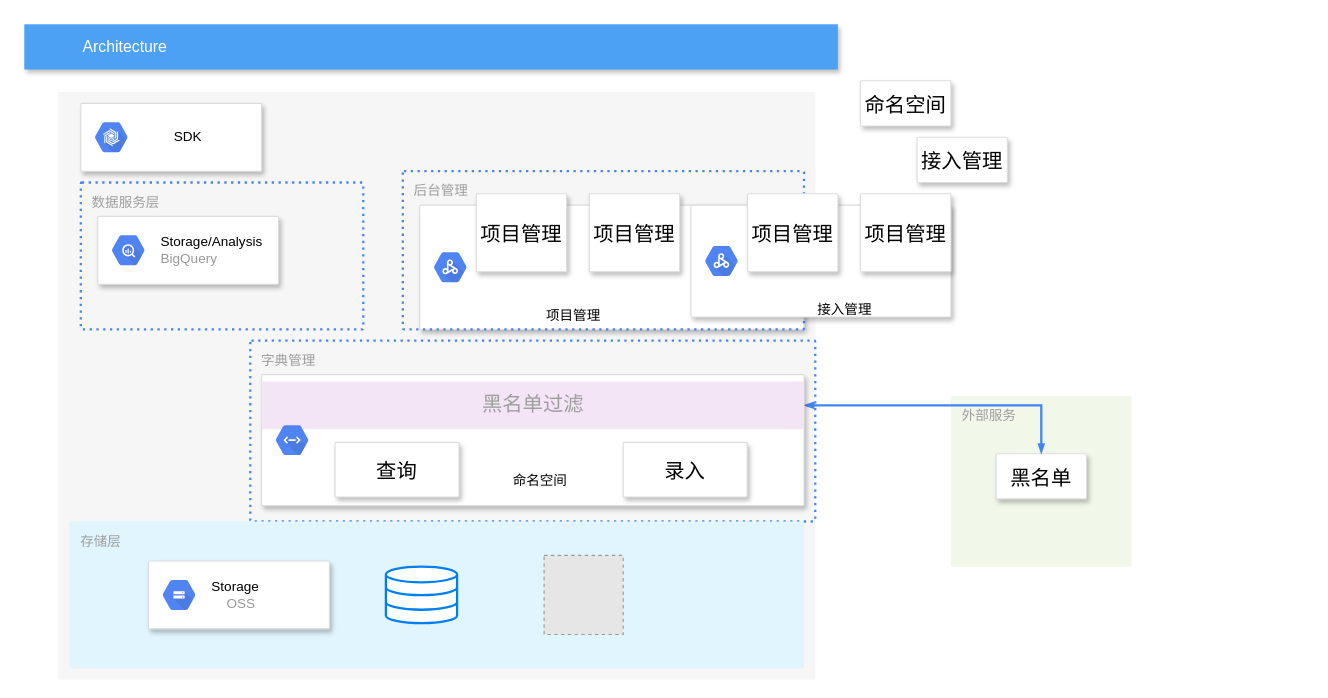
Above: craft/tr_arch_1.drawio in feihu618/drawio (draw.io), before the change. Source tidied: cells renumbered, new cells numbered last; positions are measured from the earlier drawing's top-left corner, leaving out a move shared by most shapes. Both pictures are drawn from the tidied source at 113%, with x=0, y=0 at pixel (24, 24). Pictures stored in the file or linked from it are replaced by grey dashed boxes.
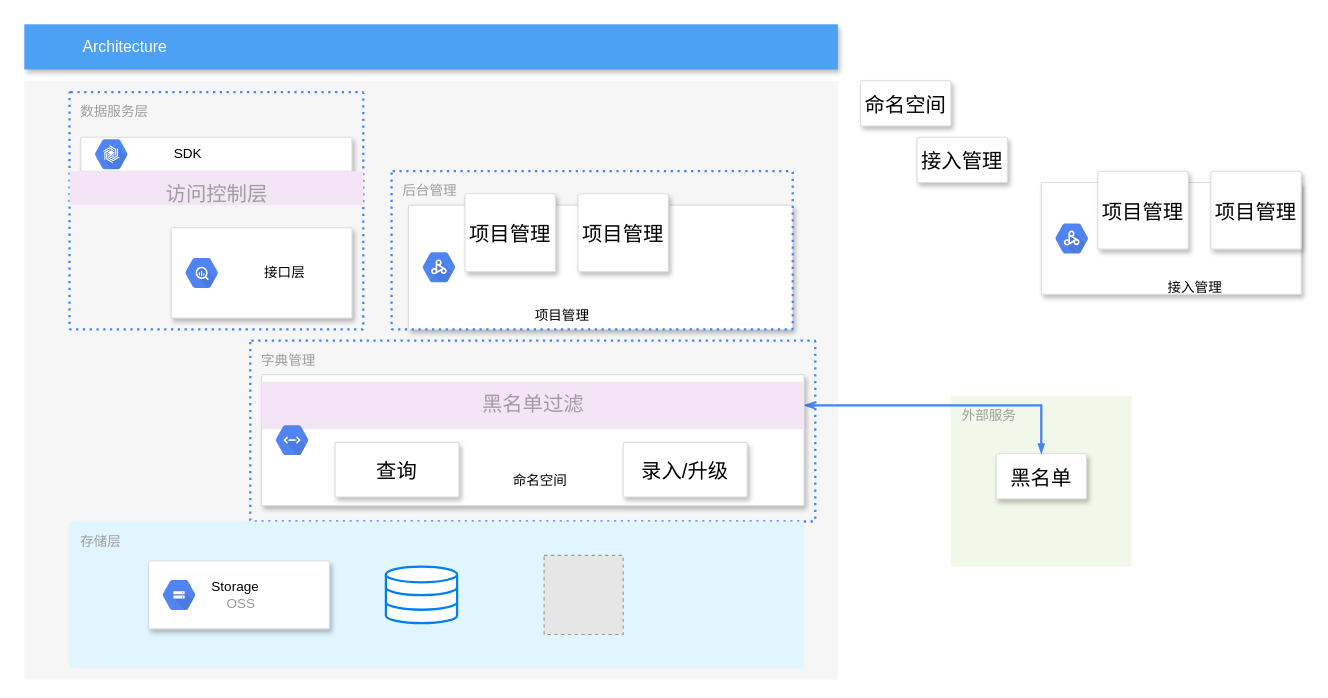
The same page after the edit.

Unchanged cells that the change refers to:
```xml
<mxCell id="25" style="strokeColor=#dddddd;shadow=1;strokeWidth=1;rounded=1;absoluteArcSize=1;arcSize=2;fontSize=18;align=center;" parent="1" vertex="1">
  <mxGeometry x="210" y="310" width="480" height="116" as="geometry" />
</mxCell>
```

The edit, as a diff of the source:
```diff
@@
     <mxCell id="2" style="fillColor=#F6F6F6;strokeColor=none;shadow=0;gradientColor=none;fontSize=14;align=left;spacing=10;fontColor=#717171;9E9E9E;verticalAlign=top;spacingTop=-4;fontStyle=0;spacingLeft=40;html=1;" parent="1" vertex="1">
-      <mxGeometry x="30" y="60" width="670" height="520" as="geometry" />
+      <mxGeometry y="50" width="720" height="530" as="geometry" />
     </mxCell>
@@
     <mxCell id="4" value="数据服务层" style="rounded=1;absoluteArcSize=1;arcSize=2;html=1;strokeColor=#4284F3;gradientColor=none;shadow=0;dashed=1;fontSize=12;fontColor=#9E9E9E;align=left;verticalAlign=top;spacing=10;spacingTop=-4;fillColor=none;dashPattern=1 2;strokeWidth=2;" parent="1" vertex="1">
-      <mxGeometry x="50" y="140" width="250" height="130" as="geometry" />
+      <mxGeometry x="40" y="60" width="260" height="210" as="geometry" />
     </mxCell>
@@
     <mxCell id="6" style="strokeColor=#dddddd;fillColor=#ffffff;shadow=1;strokeWidth=1;rounded=1;absoluteArcSize=1;arcSize=2;fontSize=10;fontColor=#9E9E9E;align=center;html=1;" parent="1" vertex="1">
-      <mxGeometry x="350" y="160" width="340" height="110" as="geometry" />
+      <mxGeometry x="340" y="160" width="340" height="110" as="geometry" />
     </mxCell>
@@
     <mxCell id="11" style="strokeColor=#dddddd;fillColor=#ffffff;shadow=1;strokeWidth=1;rounded=1;absoluteArcSize=1;arcSize=2;fontSize=10;fontColor=#9E9E9E;align=center;html=1;" parent="1" vertex="1">
-      <mxGeometry x="65" y="170" width="160" height="60" as="geometry" />
+      <mxGeometry x="130" y="180" width="160" height="80" as="geometry" />
     </mxCell>
-    <mxCell id="12" value="&lt;font color=&quot;#000000&quot;&gt;Storage/Analysis&lt;/font&gt;&lt;br&gt;BigQuery" style="dashed=0;html=1;fillColor=#5184F3;strokeColor=none;shape=mxgraph.gcp2.hexIcon;prIcon=bigquery;labelPosition=right;verticalLabelPosition=middle;align=left;verticalAlign=middle;spacingLeft=5;fontColor=#999999;fontSize=12;" parent="11" vertex="1">
+    <mxCell id="12" value="&lt;font color=&quot;#000000&quot;&gt;&amp;nbsp; &amp;nbsp; &amp;nbsp; &amp;nbsp; 接口层&lt;/font&gt;" style="dashed=0;html=1;fillColor=#5184F3;strokeColor=none;shape=mxgraph.gcp2.hexIcon;prIcon=bigquery;labelPosition=right;verticalLabelPosition=middle;align=left;verticalAlign=middle;spacingLeft=5;fontColor=#999999;fontSize=12;" parent="11" vertex="1">
       <mxGeometry y="0.5" width="44" height="39" relative="1" as="geometry">
         <mxPoint x="5" y="-19.5" as="offset" />
       </mxGeometry>
     </mxCell>
     <mxCell id="13" style="strokeColor=#dddddd;fillColor=#ffffff;shadow=1;strokeWidth=1;rounded=1;absoluteArcSize=1;arcSize=2;fontSize=10;fontColor=#9E9E9E;align=center;html=1;" parent="1" vertex="1">
-      <mxGeometry x="50" y="70" width="160" height="60" as="geometry" />
+      <mxGeometry x="50" y="100" width="240" height="30" as="geometry" />
     </mxCell>
@@
-    <mxCell id="28" value="录入" style="strokeColor=#dddddd;shadow=1;strokeWidth=1;rounded=1;absoluteArcSize=1;arcSize=2;fontSize=18;align=center;" parent="25" vertex="1">
+    <mxCell id="28" value="录入/升级" style="strokeColor=#dddddd;shadow=1;strokeWidth=1;rounded=1;absoluteArcSize=1;arcSize=2;fontSize=18;align=center;" parent="25" vertex="1">
       <mxGeometry x="320" y="60" width="109.7" height="48.3" as="geometry" />
     </mxCell>
@@
     <mxCell id="30" style="strokeColor=#dddddd;fillColor=#ffffff;shadow=1;strokeWidth=1;rounded=1;absoluteArcSize=1;arcSize=2;fontSize=10;fontColor=#9E9E9E;align=center;html=1;" parent="1" vertex="1">
-      <mxGeometry x="590" y="160" width="230" height="99" as="geometry" />
+      <mxGeometry x="900" y="140" width="230" height="99" as="geometry" />
     </mxCell>
@@
+    <mxCell id="34" value="&lt;span style=&quot;font-size: 18px&quot;&gt;访问控制层&lt;/span&gt;" style="sketch=0;rounded=1;absoluteArcSize=1;arcSize=2;html=1;strokeColor=none;gradientColor=none;shadow=0;dashed=0;fontSize=12;fontColor=#9E9E9E;align=center;verticalAlign=top;spacing=10;spacingTop=-4;fillColor=#F3E5F5;" parent="1" vertex="1">
+      <mxGeometry x="40" y="130" width="260" height="30" as="geometry" />
+    </mxCell>
```
